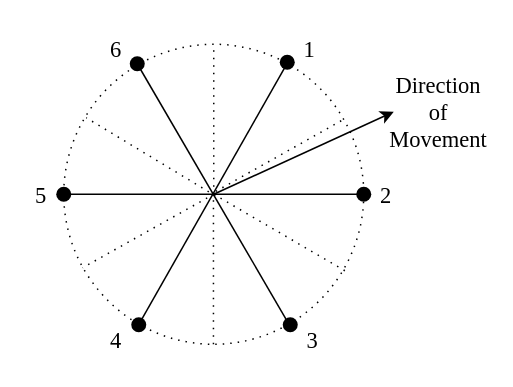
The draw.io diagram page "Sextants" (4 of 4) of figs/Diagrams.drawio in EpEpDragon/MThesis, before the edit. Source tidied: cells renumbered, new cells numbered last; positions are measured from the earlier drawing's top-left corner, leaving out a move shared by most shapes. Both pictures are drawn from the tidied source at 150%, with x=0, y=0 at pixel (26, 26).
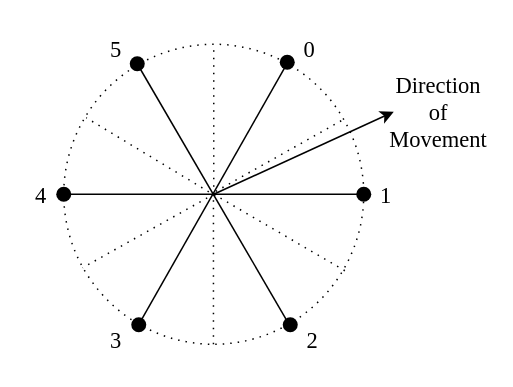
The same diagram, later.

Change to the diagram source:
```diff
@@
-    <mxCell id="2" value="1" style="text;html=1;align=center;verticalAlign=middle;whiteSpace=wrap;rounded=0;fontFamily=Times New Roman;fontSize=15;fontColor=default;" parent="1" vertex="1">
+    <mxCell id="2" value="0" style="text;html=1;align=center;verticalAlign=middle;whiteSpace=wrap;rounded=0;fontFamily=Times New Roman;fontSize=15;fontColor=default;" parent="1" vertex="1">
       <mxGeometry x="179" width="20" height="30" as="geometry" />
     </mxCell>
@@
-    <mxCell id="13" value="2" style="text;html=1;align=center;verticalAlign=middle;whiteSpace=wrap;rounded=0;fontFamily=Times New Roman;fontSize=15;fontColor=default;" parent="1" vertex="1">
+    <mxCell id="13" value="1" style="text;html=1;align=center;verticalAlign=middle;whiteSpace=wrap;rounded=0;fontFamily=Times New Roman;fontSize=15;fontColor=default;" parent="1" vertex="1">
       <mxGeometry x="230" y="97" width="20" height="30" as="geometry" />
     </mxCell>
-    <mxCell id="14" value="3" style="text;html=1;align=center;verticalAlign=middle;whiteSpace=wrap;rounded=0;fontFamily=Times New Roman;fontSize=15;fontColor=default;" parent="1" vertex="1">
+    <mxCell id="14" value="2" style="text;html=1;align=center;verticalAlign=middle;whiteSpace=wrap;rounded=0;fontFamily=Times New Roman;fontSize=15;fontColor=default;" parent="1" vertex="1">
       <mxGeometry x="181" y="194" width="20" height="30" as="geometry" />
     </mxCell>
-    <mxCell id="15" value="4" style="text;html=1;align=center;verticalAlign=middle;whiteSpace=wrap;rounded=0;fontFamily=Times New Roman;fontSize=15;fontColor=default;" parent="1" vertex="1">
+    <mxCell id="15" value="3" style="text;html=1;align=center;verticalAlign=middle;whiteSpace=wrap;rounded=0;fontFamily=Times New Roman;fontSize=15;fontColor=default;" parent="1" vertex="1">
       <mxGeometry x="50" y="194" width="20" height="30" as="geometry" />
     </mxCell>
-    <mxCell id="16" value="5" style="text;html=1;align=center;verticalAlign=middle;whiteSpace=wrap;rounded=0;fontFamily=Times New Roman;fontSize=15;fontColor=default;" parent="1" vertex="1">
+    <mxCell id="16" value="4" style="text;html=1;align=center;verticalAlign=middle;whiteSpace=wrap;rounded=0;fontFamily=Times New Roman;fontSize=15;fontColor=default;" parent="1" vertex="1">
       <mxGeometry y="97" width="20" height="30" as="geometry" />
     </mxCell>
-    <mxCell id="17" value="6" style="text;html=1;align=center;verticalAlign=middle;whiteSpace=wrap;rounded=0;fontFamily=Times New Roman;fontSize=15;fontColor=default;" parent="1" vertex="1">
+    <mxCell id="17" value="5" style="text;html=1;align=center;verticalAlign=middle;whiteSpace=wrap;rounded=0;fontFamily=Times New Roman;fontSize=15;fontColor=default;" parent="1" vertex="1">
       <mxGeometry x="50" width="20" height="30" as="geometry" />
     </mxCell>
```
